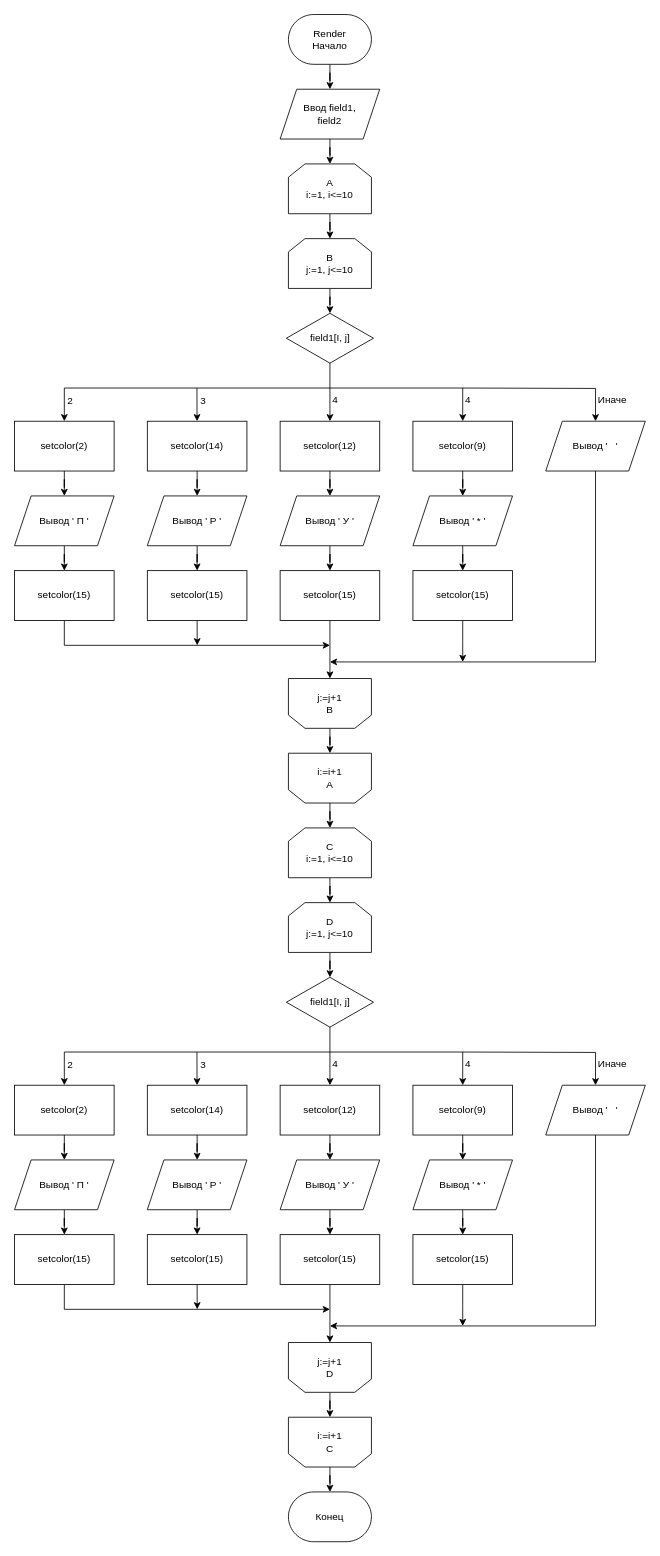
Earlier version of the draw.io diagram documents/schemes/RenderAll.drawio (Radium000/OPI2). Source tidied: cells renumbered, new cells numbered last; positions are measured from the earlier drawing's top-left corner, leaving out a move shared by most shapes. Both pictures are drawn from the tidied source at 83%, with x=0, y=0 at pixel (14, 14).
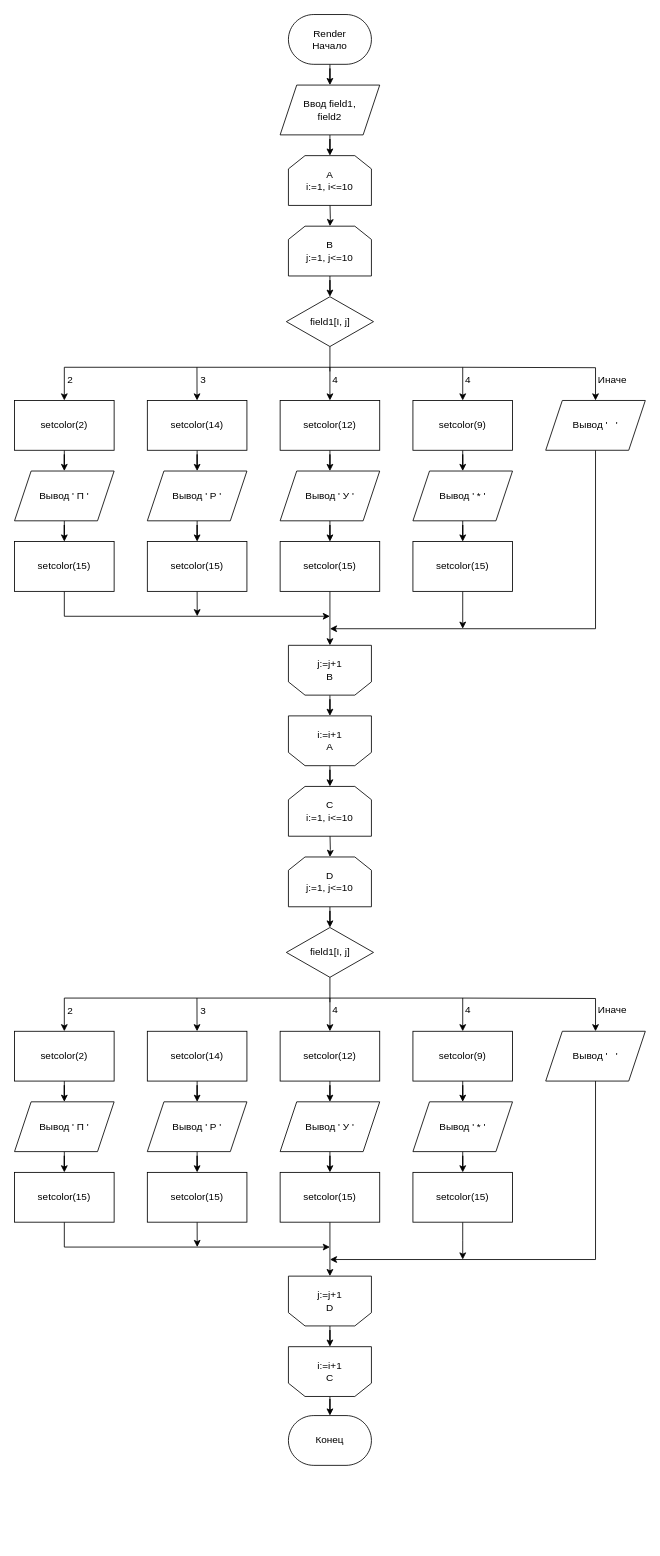
Above is the later version.

What changed in the source:
```diff
@@
-    <mxCell id="4" style="edgeStyle=orthogonalEdgeStyle;rounded=0;jettySize=auto;html=1;" parent="1" edge="1" source="5" target="7">
-      <mxGeometry relative="1" as="geometry" />
+    <mxCell id="4" style="edgeStyle=orthogonalEdgeStyle;rounded=0;jettySize=auto;html=1;" parent="1" edge="1" target="7">
+      <mxGeometry relative="1" as="geometry">
+        <mxPoint x="380" y="225" as="sourcePoint" />
+      </mxGeometry>
     </mxCell>
     <mxCell id="5" value="A&lt;br&gt;i:=1, i&amp;lt;=10" style="shape=loopLimit;whiteSpace=wrap;html=1;strokeWidth=1;" parent="1" vertex="1">
-      <mxGeometry x="330" y="180" width="100" height="60" as="geometry" />
+      <mxGeometry x="330" y="170" width="100" height="60" as="geometry" />
     </mxCell>
@@
     <mxCell id="7" value="B&lt;br&gt;j:=1, j&amp;lt;=10" style="shape=loopLimit;whiteSpace=wrap;html=1;strokeWidth=1;" parent="1" vertex="1">
-      <mxGeometry x="330" y="270" width="100" height="60" as="geometry" />
+      <mxGeometry x="330" y="255" width="100" height="60" as="geometry" />
     </mxCell>
     <mxCell id="8" value="field1[I, j]" style="rhombus;whiteSpace=wrap;html=1;strokeWidth=1;" parent="1" vertex="1">
-      <mxGeometry x="327.5" y="360" width="105" height="60" as="geometry" />
+      <mxGeometry x="327.5" y="340" width="105" height="60" as="geometry" />
     </mxCell>
@@
     <mxCell id="10" value="setcolor(2)" style="rounded=0;whiteSpace=wrap;html=1;strokeWidth=1;" parent="1" vertex="1">
-      <mxGeometry y="490" width="120" height="60" as="geometry" />
+      <mxGeometry y="465" width="120" height="60" as="geometry" />
     </mxCell>
@@
     <mxCell id="12" value="setcolor(14)" style="rounded=0;whiteSpace=wrap;html=1;strokeWidth=1;" parent="1" vertex="1">
-      <mxGeometry x="160" y="490" width="120" height="60" as="geometry" />
+      <mxGeometry x="160" y="465" width="120" height="60" as="geometry" />
     </mxCell>
@@
     <mxCell id="14" value="setcolor(12)" style="rounded=0;whiteSpace=wrap;html=1;strokeWidth=1;" parent="1" vertex="1">
-      <mxGeometry x="320" y="490" width="120" height="60" as="geometry" />
+      <mxGeometry x="320" y="465" width="120" height="60" as="geometry" />
     </mxCell>
     <mxCell id="15" style="endArrow=none;html=1;rounded=0;" parent="1" edge="1">
       <mxGeometry relative="1" as="geometry">
-        <mxPoint x="60" y="450" as="sourcePoint" />
-        <mxPoint x="540" y="450" as="targetPoint" />
+        <mxPoint x="60" y="425" as="sourcePoint" />
+        <mxPoint x="540" y="425" as="targetPoint" />
       </mxGeometry>
     </mxCell>
     <mxCell id="16" style="endArrow=classic;html=1;rounded=0;entryX=0.5;entryY=0;entryDx=0;entryDy=0;" parent="1" edge="1" target="10">
       <mxGeometry relative="1" as="geometry">
-        <mxPoint x="60" y="450" as="sourcePoint" />
+        <mxPoint x="60" y="425" as="sourcePoint" />
       </mxGeometry>
     </mxCell>
     <mxCell id="17" style="endArrow=classic;html=1;rounded=0;" parent="1" edge="1" target="12">
       <mxGeometry relative="1" as="geometry">
-        <mxPoint x="219.8" y="450" as="sourcePoint" />
+        <mxPoint x="219.8" y="425" as="sourcePoint" />
       </mxGeometry>
     </mxCell>
     <mxCell id="18" style="endArrow=classic;html=1;rounded=0;entryX=0.5;entryY=0;entryDx=0;entryDy=0;" parent="1" edge="1" target="14">
       <mxGeometry relative="1" as="geometry">
-        <mxPoint x="380" y="450" as="sourcePoint" />
+        <mxPoint x="380" y="425" as="sourcePoint" />
       </mxGeometry>
     </mxCell>
     <mxCell id="19" style="endArrow=none;html=1;rounded=0;entryX=0.5;entryY=1;entryDx=0;entryDy=0;" parent="1" edge="1" target="8">
       <mxGeometry relative="1" as="geometry">
-        <mxPoint x="380" y="450" as="sourcePoint" />
+        <mxPoint x="380" y="430" as="sourcePoint" />
       </mxGeometry>
     </mxCell>
     <mxCell id="20" style="endArrow=classic;html=1;rounded=0;entryX=0.5;entryY=0;entryDx=0;entryDy=0;edgeStyle=orthogonalEdgeStyle;" parent="1" edge="1" target="22">
       <mxGeometry relative="1" as="geometry">
-        <mxPoint x="539.8" y="450" as="sourcePoint" />
+        <mxPoint x="539.8" y="425" as="sourcePoint" />
       </mxGeometry>
     </mxCell>
     <mxCell id="21" style="edgeStyle=orthogonalEdgeStyle;rounded=0;jettySize=auto;html=1;exitX=0.5;exitY=1;exitDx=0;exitDy=0;" parent="1" edge="1" source="22">
       <mxGeometry relative="1" as="geometry">
-        <mxPoint x="380" y="780" as="targetPoint" />
+        <mxPoint x="380" y="740" as="targetPoint" />
         <Array as="points">
-          <mxPoint x="700" y="780" />
+          <mxPoint x="700" y="740" />
         </Array>
       </mxGeometry>
     </mxCell>
     <mxCell id="22" value="Вывод '&amp;nbsp; &amp;nbsp;'" style="shape=parallelogram;perimeter=parallelogramPerimeter;whiteSpace=wrap;html=1;fixedSize=1;strokeWidth=1;" parent="1" vertex="1">
-      <mxGeometry x="640" y="490" width="120" height="60" as="geometry" />
+      <mxGeometry x="640" y="465" width="120" height="60" as="geometry" />
     </mxCell>
@@
     <mxCell id="24" value="Вывод ' П '" style="shape=parallelogram;perimeter=parallelogramPerimeter;whiteSpace=wrap;html=1;fixedSize=1;strokeWidth=1;" parent="1" vertex="1">
-      <mxGeometry y="580" width="120" height="60" as="geometry" />
+      <mxGeometry y="550" width="120" height="60" as="geometry" />
     </mxCell>
@@
     <mxCell id="26" value="Вывод ' Р '" style="shape=parallelogram;perimeter=parallelogramPerimeter;whiteSpace=wrap;html=1;fixedSize=1;strokeWidth=1;" parent="1" vertex="1">
-      <mxGeometry x="160" y="580" width="120" height="60" as="geometry" />
+      <mxGeometry x="160" y="550" width="120" height="60" as="geometry" />
     </mxCell>
@@
     <mxCell id="28" value="Вывод ' У '" style="shape=parallelogram;perimeter=parallelogramPerimeter;whiteSpace=wrap;html=1;fixedSize=1;strokeWidth=1;" parent="1" vertex="1">
-      <mxGeometry x="320" y="580" width="120" height="60" as="geometry" />
+      <mxGeometry x="320" y="550" width="120" height="60" as="geometry" />
     </mxCell>
     <mxCell id="29" style="edgeStyle=orthogonalEdgeStyle;rounded=0;jettySize=auto;html=1;exitX=0.5;exitY=1;exitDx=0;exitDy=0;" parent="1" edge="1" source="30">
       <mxGeometry relative="1" as="geometry">
-        <mxPoint x="380" y="760" as="targetPoint" />
+        <mxPoint x="380" y="725" as="targetPoint" />
         <Array as="points">
-          <mxPoint x="60" y="760" />
+          <mxPoint x="60" y="725" />
         </Array>
       </mxGeometry>
     </mxCell>
     <mxCell id="30" value="setcolor(15)" style="rounded=0;whiteSpace=wrap;html=1;strokeWidth=1;" parent="1" vertex="1">
-      <mxGeometry y="670" width="120" height="60" as="geometry" />
+      <mxGeometry y="635" width="120" height="60" as="geometry" />
     </mxCell>
     <mxCell id="31" style="edgeStyle=orthogonalEdgeStyle;rounded=0;jettySize=auto;html=1;exitX=0.5;exitY=1;exitDx=0;exitDy=0;" parent="1" edge="1" source="32">
       <mxGeometry relative="1" as="geometry">
-        <mxPoint x="220.1" y="760" as="targetPoint" />
+        <mxPoint x="220.1" y="725" as="targetPoint" />
       </mxGeometry>
     </mxCell>
     <mxCell id="32" value="setcolor(15)" style="rounded=0;whiteSpace=wrap;html=1;strokeWidth=1;" parent="1" vertex="1">
-      <mxGeometry x="160" y="670" width="120" height="60" as="geometry" />
+      <mxGeometry x="160" y="635" width="120" height="60" as="geometry" />
     </mxCell>
@@
     <mxCell id="34" value="setcolor(15)" style="rounded=0;whiteSpace=wrap;html=1;strokeWidth=1;" parent="1" vertex="1">
-      <mxGeometry x="320" y="670" width="120" height="60" as="geometry" />
+      <mxGeometry x="320" y="635" width="120" height="60" as="geometry" />
     </mxCell>
     <mxCell id="35" value="2" style="text;html=1;align=center;verticalAlign=middle;strokeColor=none;fillColor=none;" parent="1" vertex="1">
-      <mxGeometry x="52" y="451" width="30" height="30" as="geometry" />
+      <mxGeometry x="52" y="426" width="30" height="30" as="geometry" />
     </mxCell>
     <mxCell id="36" value="3" style="text;html=1;align=center;verticalAlign=middle;strokeColor=none;fillColor=none;" parent="1" vertex="1">
-      <mxGeometry x="211.5" y="451" width="30" height="30" as="geometry" />
+      <mxGeometry x="211.5" y="426" width="30" height="30" as="geometry" />
     </mxCell>
     <mxCell id="37" value="4" style="text;html=1;align=center;verticalAlign=middle;strokeColor=none;fillColor=none;" parent="1" vertex="1">
-      <mxGeometry x="371" y="450" width="30" height="30" as="geometry" />
+      <mxGeometry x="371" y="425" width="30" height="30" as="geometry" />
     </mxCell>
     <mxCell id="38" value="Иначе" style="text;html=1;align=center;verticalAlign=middle;strokeColor=none;fillColor=none;" parent="1" vertex="1">
-      <mxGeometry x="690" y="450" width="60" height="30" as="geometry" />
+      <mxGeometry x="690" y="425" width="60" height="30" as="geometry" />
     </mxCell>
@@
     <mxCell id="40" value="j:=j+1&lt;br&gt;B" style="shape=loopLimit;whiteSpace=wrap;html=1;strokeWidth=1;flipV=1;" parent="1" vertex="1">
-      <mxGeometry x="330" y="800" width="100" height="60" as="geometry" />
+      <mxGeometry x="330" y="760" width="100" height="60" as="geometry" />
     </mxCell>
@@
     <mxCell id="42" value="i:=i+1&lt;br&gt;A" style="shape=loopLimit;whiteSpace=wrap;html=1;strokeWidth=1;flipV=1;" parent="1" vertex="1">
-      <mxGeometry x="330" y="890" width="100" height="60" as="geometry" />
+      <mxGeometry x="330" y="845" width="100" height="60" as="geometry" />
     </mxCell>
     <mxCell id="43" value="Конец" style="strokeWidth=1;html=1;shape=mxgraph.flowchart.terminator;whiteSpace=wrap;" parent="1" vertex="1">
-      <mxGeometry x="330" y="1780" width="100" height="60" as="geometry" />
+      <mxGeometry x="330" y="1688" width="100" height="60" as="geometry" />
     </mxCell>
@@
     <mxCell id="45" value="setcolor(9)" style="rounded=0;whiteSpace=wrap;html=1;strokeWidth=1;" parent="1" vertex="1">
-      <mxGeometry x="480" y="490" width="120" height="60" as="geometry" />
+      <mxGeometry x="480" y="465" width="120" height="60" as="geometry" />
     </mxCell>
     <mxCell id="46" style="endArrow=classic;html=1;rounded=0;entryX=0.5;entryY=0;entryDx=0;entryDy=0;" parent="1" edge="1" target="45">
       <mxGeometry relative="1" as="geometry">
-        <mxPoint x="540" y="450" as="sourcePoint" />
+        <mxPoint x="540" y="425" as="sourcePoint" />
       </mxGeometry>
     </mxCell>
@@
     <mxCell id="48" value="Вывод ' * '" style="shape=parallelogram;perimeter=parallelogramPerimeter;whiteSpace=wrap;html=1;fixedSize=1;strokeWidth=1;" parent="1" vertex="1">
-      <mxGeometry x="480" y="580" width="120" height="60" as="geometry" />
+      <mxGeometry x="480" y="550" width="120" height="60" as="geometry" />
     </mxCell>
     <mxCell id="49" style="edgeStyle=orthogonalEdgeStyle;rounded=0;jettySize=auto;html=1;exitX=0.5;exitY=1;exitDx=0;exitDy=0;" parent="1" edge="1" source="50">
       <mxGeometry relative="1" as="geometry">
-        <mxPoint x="540" y="780" as="targetPoint" />
+        <mxPoint x="540" y="740" as="targetPoint" />
       </mxGeometry>
     </mxCell>
     <mxCell id="50" value="setcolor(15)" style="rounded=0;whiteSpace=wrap;html=1;strokeWidth=1;" parent="1" vertex="1">
-      <mxGeometry x="480" y="670" width="120" height="60" as="geometry" />
+      <mxGeometry x="480" y="635" width="120" height="60" as="geometry" />
     </mxCell>
     <mxCell id="51" value="4" style="text;html=1;align=center;verticalAlign=middle;strokeColor=none;fillColor=none;" parent="1" vertex="1">
-      <mxGeometry x="531" y="450" width="30" height="30" as="geometry" />
+      <mxGeometry x="531" y="425" width="30" height="30" as="geometry" />
     </mxCell>
@@
     <mxCell id="53" value="Ввод&amp;nbsp;field1, &lt;br&gt;field2" style="shape=parallelogram;perimeter=parallelogramPerimeter;whiteSpace=wrap;html=1;fixedSize=1;strokeWidth=1;" parent="1" vertex="1">
-      <mxGeometry x="320" y="90" width="120" height="60" as="geometry" />
+      <mxGeometry x="320" y="85" width="120" height="60" as="geometry" />
     </mxCell>
-    <mxCell id="54" style="edgeStyle=orthogonalEdgeStyle;rounded=0;jettySize=auto;html=1;" parent="1" edge="1" source="55" target="57">
-      <mxGeometry relative="1" as="geometry" />
+    <mxCell id="54" style="edgeStyle=orthogonalEdgeStyle;rounded=0;jettySize=auto;html=1;" parent="1" edge="1" target="57">
+      <mxGeometry relative="1" as="geometry">
+        <mxPoint x="380" y="985" as="sourcePoint" />
+      </mxGeometry>
     </mxCell>
     <mxCell id="55" value="C&lt;br&gt;i:=1, i&amp;lt;=10" style="shape=loopLimit;whiteSpace=wrap;html=1;strokeWidth=1;" parent="1" vertex="1">
-      <mxGeometry x="330" y="980" width="100" height="60" as="geometry" />
+      <mxGeometry x="330" y="930" width="100" height="60" as="geometry" />
     </mxCell>
@@
     <mxCell id="57" value="D&lt;br&gt;j:=1, j&amp;lt;=10" style="shape=loopLimit;whiteSpace=wrap;html=1;strokeWidth=1;" parent="1" vertex="1">
-      <mxGeometry x="330" y="1070" width="100" height="60" as="geometry" />
+      <mxGeometry x="330" y="1015" width="100" height="60" as="geometry" />
     </mxCell>
     <mxCell id="58" value="field1[I, j]" style="rhombus;whiteSpace=wrap;html=1;strokeWidth=1;" parent="1" vertex="1">
-      <mxGeometry x="327.5" y="1160" width="105" height="60" as="geometry" />
+      <mxGeometry x="327.5" y="1100" width="105" height="60" as="geometry" />
     </mxCell>
@@
     <mxCell id="60" value="setcolor(2)" style="rounded=0;whiteSpace=wrap;html=1;strokeWidth=1;" parent="1" vertex="1">
-      <mxGeometry y="1290" width="120" height="60" as="geometry" />
+      <mxGeometry y="1225" width="120" height="60" as="geometry" />
     </mxCell>
@@
     <mxCell id="62" value="setcolor(14)" style="rounded=0;whiteSpace=wrap;html=1;strokeWidth=1;" parent="1" vertex="1">
-      <mxGeometry x="160" y="1290" width="120" height="60" as="geometry" />
+      <mxGeometry x="160" y="1225" width="120" height="60" as="geometry" />
     </mxCell>
@@
     <mxCell id="64" value="setcolor(12)" style="rounded=0;whiteSpace=wrap;html=1;strokeWidth=1;" parent="1" vertex="1">
-      <mxGeometry x="320" y="1290" width="120" height="60" as="geometry" />
+      <mxGeometry x="320" y="1225" width="120" height="60" as="geometry" />
     </mxCell>
     <mxCell id="65" style="endArrow=none;html=1;rounded=0;" parent="1" edge="1">
       <mxGeometry relative="1" as="geometry">
-        <mxPoint x="60" y="1250" as="sourcePoint" />
-        <mxPoint x="540" y="1250" as="targetPoint" />
+        <mxPoint x="60" y="1185" as="sourcePoint" />
+        <mxPoint x="540" y="1185" as="targetPoint" />
       </mxGeometry>
     </mxCell>
     <mxCell id="66" style="endArrow=classic;html=1;rounded=0;entryX=0.5;entryY=0;entryDx=0;entryDy=0;" parent="1" edge="1" target="60">
       <mxGeometry relative="1" as="geometry">
-        <mxPoint x="60" y="1250" as="sourcePoint" />
+        <mxPoint x="60" y="1185" as="sourcePoint" />
       </mxGeometry>
     </mxCell>
     <mxCell id="67" style="endArrow=classic;html=1;rounded=0;" parent="1" edge="1" target="62">
       <mxGeometry relative="1" as="geometry">
-        <mxPoint x="219.8" y="1250" as="sourcePoint" />
+        <mxPoint x="219.8" y="1185" as="sourcePoint" />
       </mxGeometry>
     </mxCell>
     <mxCell id="68" style="endArrow=classic;html=1;rounded=0;entryX=0.5;entryY=0;entryDx=0;entryDy=0;" parent="1" edge="1" target="64">
       <mxGeometry relative="1" as="geometry">
-        <mxPoint x="380" y="1250" as="sourcePoint" />
+        <mxPoint x="380" y="1185" as="sourcePoint" />
       </mxGeometry>
     </mxCell>
     <mxCell id="69" style="endArrow=none;html=1;rounded=0;entryX=0.5;entryY=1;entryDx=0;entryDy=0;" parent="1" edge="1" target="58">
       <mxGeometry relative="1" as="geometry">
-        <mxPoint x="380" y="1250" as="sourcePoint" />
+        <mxPoint x="380" y="1190" as="sourcePoint" />
       </mxGeometry>
     </mxCell>
     <mxCell id="70" style="endArrow=classic;html=1;rounded=0;entryX=0.5;entryY=0;entryDx=0;entryDy=0;edgeStyle=orthogonalEdgeStyle;" parent="1" edge="1" target="72">
       <mxGeometry relative="1" as="geometry">
-        <mxPoint x="539.8" y="1250" as="sourcePoint" />
+        <mxPoint x="539.8" y="1185" as="sourcePoint" />
       </mxGeometry>
     </mxCell>
     <mxCell id="71" style="edgeStyle=orthogonalEdgeStyle;rounded=0;jettySize=auto;html=1;exitX=0.5;exitY=1;exitDx=0;exitDy=0;" parent="1" edge="1" source="72">
       <mxGeometry relative="1" as="geometry">
-        <mxPoint x="380" y="1580" as="targetPoint" />
+        <mxPoint x="380" y="1500" as="targetPoint" />
         <Array as="points">
-          <mxPoint x="700" y="1580" />
+          <mxPoint x="700" y="1500" />
         </Array>
       </mxGeometry>
     </mxCell>
     <mxCell id="72" value="Вывод '&amp;nbsp; &amp;nbsp;'" style="shape=parallelogram;perimeter=parallelogramPerimeter;whiteSpace=wrap;html=1;fixedSize=1;strokeWidth=1;" parent="1" vertex="1">
-      <mxGeometry x="640" y="1290" width="120" height="60" as="geometry" />
+      <mxGeometry x="640" y="1225" width="120" height="60" as="geometry" />
     </mxCell>
@@
     <mxCell id="74" value="Вывод ' П '" style="shape=parallelogram;perimeter=parallelogramPerimeter;whiteSpace=wrap;html=1;fixedSize=1;strokeWidth=1;" parent="1" vertex="1">
-      <mxGeometry y="1380" width="120" height="60" as="geometry" />
+      <mxGeometry y="1310" width="120" height="60" as="geometry" />
     </mxCell>
@@
     <mxCell id="76" value="Вывод ' Р '" style="shape=parallelogram;perimeter=parallelogramPerimeter;whiteSpace=wrap;html=1;fixedSize=1;strokeWidth=1;" parent="1" vertex="1">
-      <mxGeometry x="160" y="1380" width="120" height="60" as="geometry" />
+      <mxGeometry x="160" y="1310" width="120" height="60" as="geometry" />
     </mxCell>
@@
     <mxCell id="78" value="Вывод ' У '" style="shape=parallelogram;perimeter=parallelogramPerimeter;whiteSpace=wrap;html=1;fixedSize=1;strokeWidth=1;" parent="1" vertex="1">
-      <mxGeometry x="320" y="1380" width="120" height="60" as="geometry" />
+      <mxGeometry x="320" y="1310" width="120" height="60" as="geometry" />
     </mxCell>
     <mxCell id="79" style="edgeStyle=orthogonalEdgeStyle;rounded=0;jettySize=auto;html=1;exitX=0.5;exitY=1;exitDx=0;exitDy=0;" parent="1" edge="1" source="80">
       <mxGeometry relative="1" as="geometry">
-        <mxPoint x="380" y="1560" as="targetPoint" />
+        <mxPoint x="380" y="1485" as="targetPoint" />
         <Array as="points">
-          <mxPoint x="60" y="1560" />
+          <mxPoint x="60" y="1485" />
         </Array>
       </mxGeometry>
     </mxCell>
     <mxCell id="80" value="setcolor(15)" style="rounded=0;whiteSpace=wrap;html=1;strokeWidth=1;" parent="1" vertex="1">
-      <mxGeometry y="1470" width="120" height="60" as="geometry" />
+      <mxGeometry y="1395" width="120" height="60" as="geometry" />
     </mxCell>
     <mxCell id="81" style="edgeStyle=orthogonalEdgeStyle;rounded=0;jettySize=auto;html=1;exitX=0.5;exitY=1;exitDx=0;exitDy=0;" parent="1" edge="1" source="82">
       <mxGeometry relative="1" as="geometry">
-        <mxPoint x="220.1" y="1560" as="targetPoint" />
+        <mxPoint x="220.1" y="1485" as="targetPoint" />
       </mxGeometry>
     </mxCell>
     <mxCell id="82" value="setcolor(15)" style="rounded=0;whiteSpace=wrap;html=1;strokeWidth=1;" parent="1" vertex="1">
-      <mxGeometry x="160" y="1470" width="120" height="60" as="geometry" />
+      <mxGeometry x="160" y="1395" width="120" height="60" as="geometry" />
     </mxCell>
@@
     <mxCell id="84" value="setcolor(15)" style="rounded=0;whiteSpace=wrap;html=1;strokeWidth=1;" parent="1" vertex="1">
-      <mxGeometry x="320" y="1470" width="120" height="60" as="geometry" />
+      <mxGeometry x="320" y="1395" width="120" height="60" as="geometry" />
     </mxCell>
     <mxCell id="85" value="2" style="text;html=1;align=center;verticalAlign=middle;strokeColor=none;fillColor=none;" parent="1" vertex="1">
-      <mxGeometry x="52" y="1251" width="30" height="30" as="geometry" />
+      <mxGeometry x="52" y="1186" width="30" height="30" as="geometry" />
     </mxCell>
     <mxCell id="86" value="3" style="text;html=1;align=center;verticalAlign=middle;strokeColor=none;fillColor=none;" parent="1" vertex="1">
-      <mxGeometry x="211.5" y="1251" width="30" height="30" as="geometry" />
+      <mxGeometry x="211.5" y="1186" width="30" height="30" as="geometry" />
     </mxCell>
     <mxCell id="87" value="4" style="text;html=1;align=center;verticalAlign=middle;strokeColor=none;fillColor=none;" parent="1" vertex="1">
-      <mxGeometry x="371" y="1250" width="30" height="30" as="geometry" />
+      <mxGeometry x="371" y="1185" width="30" height="30" as="geometry" />
     </mxCell>
     <mxCell id="88" value="Иначе" style="text;html=1;align=center;verticalAlign=middle;strokeColor=none;fillColor=none;" parent="1" vertex="1">
-      <mxGeometry x="690" y="1250" width="60" height="30" as="geometry" />
+      <mxGeometry x="690" y="1185" width="60" height="30" as="geometry" />
     </mxCell>
@@
     <mxCell id="90" value="j:=j+1&lt;br&gt;D" style="shape=loopLimit;whiteSpace=wrap;html=1;strokeWidth=1;flipV=1;" parent="1" vertex="1">
-      <mxGeometry x="330" y="1600" width="100" height="60" as="geometry" />
+      <mxGeometry x="330" y="1520" width="100" height="60" as="geometry" />
     </mxCell>
@@
     <mxCell id="92" value="i:=i+1&lt;br&gt;C" style="shape=loopLimit;whiteSpace=wrap;html=1;strokeWidth=1;flipV=1;" parent="1" vertex="1">
-      <mxGeometry x="330" y="1690" width="100" height="60" as="geometry" />
+      <mxGeometry x="330" y="1605" width="100" height="60" as="geometry" />
     </mxCell>
@@
     <mxCell id="94" value="setcolor(9)" style="rounded=0;whiteSpace=wrap;html=1;strokeWidth=1;" parent="1" vertex="1">
-      <mxGeometry x="480" y="1290" width="120" height="60" as="geometry" />
+      <mxGeometry x="480" y="1225" width="120" height="60" as="geometry" />
     </mxCell>
     <mxCell id="95" style="endArrow=classic;html=1;rounded=0;entryX=0.5;entryY=0;entryDx=0;entryDy=0;" parent="1" edge="1" target="94">
       <mxGeometry relative="1" as="geometry">
-        <mxPoint x="540" y="1250" as="sourcePoint" />
+        <mxPoint x="540" y="1185" as="sourcePoint" />
       </mxGeometry>
     </mxCell>
@@
     <mxCell id="97" value="Вывод ' * '" style="shape=parallelogram;perimeter=parallelogramPerimeter;whiteSpace=wrap;html=1;fixedSize=1;strokeWidth=1;" parent="1" vertex="1">
-      <mxGeometry x="480" y="1380" width="120" height="60" as="geometry" />
+      <mxGeometry x="480" y="1310" width="120" height="60" as="geometry" />
     </mxCell>
     <mxCell id="98" style="edgeStyle=orthogonalEdgeStyle;rounded=0;jettySize=auto;html=1;exitX=0.5;exitY=1;exitDx=0;exitDy=0;" parent="1" edge="1" source="99">
       <mxGeometry relative="1" as="geometry">
-        <mxPoint x="540" y="1580" as="targetPoint" />
+        <mxPoint x="540" y="1500" as="targetPoint" />
       </mxGeometry>
     </mxCell>
     <mxCell id="99" value="setcolor(15)" style="rounded=0;whiteSpace=wrap;html=1;strokeWidth=1;" parent="1" vertex="1">
-      <mxGeometry x="480" y="1470" width="120" height="60" as="geometry" />
+      <mxGeometry x="480" y="1395" width="120" height="60" as="geometry" />
     </mxCell>
     <mxCell id="100" value="4" style="text;html=1;align=center;verticalAlign=middle;strokeColor=none;fillColor=none;" parent="1" vertex="1">
-      <mxGeometry x="531" y="1250" width="30" height="30" as="geometry" />
+      <mxGeometry x="531" y="1185" width="30" height="30" as="geometry" />
     </mxCell>
```
